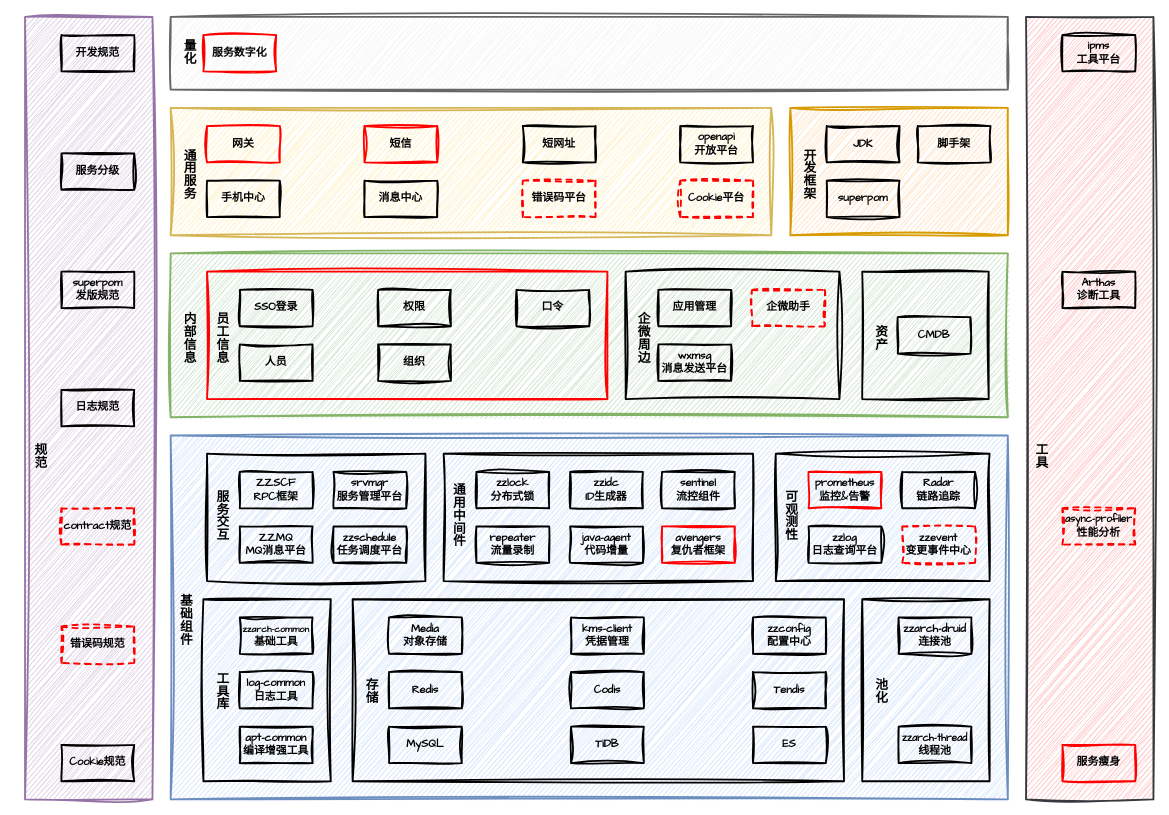
Earlier version of the draw.io diagram tech/arch/架构部技术体系.drawio (zhuanzhuan-tech/arch-draw-io). Source tidied: cells renumbered, new cells numbered last; positions are measured from the earlier drawing's top-left corner, leaving out a move shared by most shapes. Both pictures are drawn from the tidied source at 91%, with x=0, y=0 at pixel (15, 16).
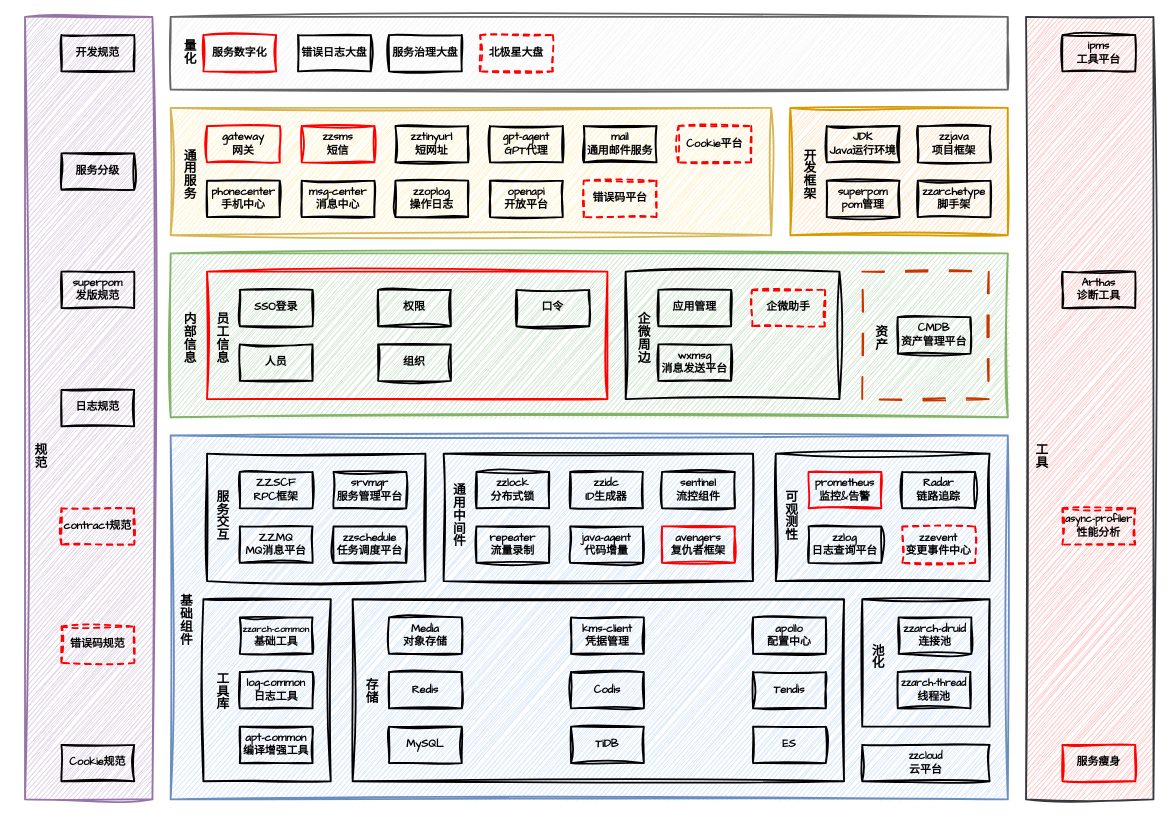
Above is the later version.

Commit message:
更新架构部技术体系.drawio

Diff of the diagram source:
```diff
@@
     <mxCell id="4" style="rounded=0;whiteSpace=wrap;html=1;hachureGap=4;fontFamily=Architects Daughter;fillColor=none;fontStyle=0;strokeWidth=2;sketch=1;curveFitting=1;jiggle=2;" parent="1" vertex="1">
-      <mxGeometry x="930" y="640" width="140" height="200" as="geometry" />
+      <mxGeometry x="930" y="640" width="140" height="140" as="geometry" />
     </mxCell>
@@
-    <mxCell id="20" value="&lt;b&gt;zzconfig&lt;/b&gt;&lt;div&gt;&lt;b&gt;配置中心&lt;/b&gt;&lt;/div&gt;" style="rounded=0;whiteSpace=wrap;html=1;hachureGap=4;fontFamily=Architects Daughter;fillColor=none;strokeWidth=2;sketch=1;curveFitting=1;jiggle=2;" parent="1" vertex="1">
+    <mxCell id="20" value="&lt;b&gt;apollo&lt;/b&gt;&lt;div&gt;&lt;b&gt;配置中心&lt;/b&gt;&lt;/div&gt;" style="rounded=0;whiteSpace=wrap;html=1;hachureGap=4;fontFamily=Architects Daughter;fillColor=none;strokeWidth=2;sketch=1;curveFitting=1;jiggle=2;" parent="1" vertex="1">
       <mxGeometry x="810" y="660" width="80" height="40" as="geometry" />
     </mxCell>
@@
     <mxCell id="23" value="&lt;font style=&quot;font-size: 11px;&quot;&gt;&lt;b&gt;zzarch-thread&lt;/b&gt;&lt;/font&gt;&lt;div&gt;&lt;b style=&quot;background-color: transparent; color: light-dark(rgb(0, 0, 0), rgb(255, 255, 255));&quot;&gt;线程池&lt;/b&gt;&lt;/div&gt;" style="rounded=0;whiteSpace=wrap;html=1;hachureGap=4;fontFamily=Architects Daughter;fillColor=none;strokeWidth=2;sketch=1;curveFitting=1;jiggle=2;" parent="1" vertex="1">
-      <mxGeometry x="970" y="780" width="80" height="40" as="geometry" />
+      <mxGeometry x="969" y="720" width="80" height="40" as="geometry" />
     </mxCell>
@@
     <mxCell id="25" value="&lt;font style=&quot;font-size: 14px;&quot;&gt;&lt;b&gt;池化&lt;/b&gt;&lt;/font&gt;" style="text;html=1;align=center;verticalAlign=middle;strokeColor=none;fillColor=none;fontFamily=Architects Daughter;horizontal=1;textDirection=vertical-lr;sketch=1;curveFitting=1;jiggle=2;" parent="1" vertex="1">
-      <mxGeometry x="924" y="738" width="50" height="30" as="geometry" />
+      <mxGeometry x="920" y="700" width="50" height="30" as="geometry" />
     </mxCell>
@@
-    <mxCell id="55" style="rounded=0;whiteSpace=wrap;html=1;hachureGap=4;fontFamily=Architects Daughter;fillColor=none;fontStyle=0;strokeWidth=2;sketch=1;curveFitting=1;jiggle=2;" parent="1" vertex="1">
+    <mxCell id="55" style="rounded=0;whiteSpace=wrap;html=1;hachureGap=4;fontFamily=Architects Daughter;fillColor=none;fontStyle=0;strokeWidth=2;sketch=1;curveFitting=1;jiggle=2;dashed=1;dashPattern=12 12;strokeColor=#C73500;fontColor=#000000;" parent="1" vertex="1">
       <mxGeometry x="930" y="280" width="139" height="140" as="geometry" />
     </mxCell>
@@
-    <mxCell id="57" value="&lt;b&gt;CMDB&lt;/b&gt;" style="rounded=0;whiteSpace=wrap;html=1;hachureGap=4;fontFamily=Architects Daughter;fillColor=none;strokeWidth=2;sketch=1;curveFitting=1;jiggle=2;" parent="1" vertex="1">
+    <mxCell id="57" value="&lt;b&gt;CMDB&lt;/b&gt;&lt;div&gt;&lt;b&gt;资产管理平台&lt;/b&gt;&lt;/div&gt;" style="rounded=0;whiteSpace=wrap;html=1;hachureGap=4;fontFamily=Architects Daughter;fillColor=none;strokeWidth=2;sketch=1;curveFitting=1;jiggle=2;" parent="1" vertex="1">
       <mxGeometry x="969" y="330" width="80" height="40" as="geometry" />
     </mxCell>
@@
-    <mxCell id="60" value="&lt;b&gt;短网址&lt;/b&gt;" style="rounded=0;whiteSpace=wrap;html=1;hachureGap=4;fontFamily=Architects Daughter;fillColor=none;strokeWidth=2;sketch=1;curveFitting=1;jiggle=2;" parent="1" vertex="1">
-      <mxGeometry x="557" y="120" width="80" height="40" as="geometry" />
+    <mxCell id="60" value="&lt;b&gt;zztinyurl&lt;/b&gt;&lt;div&gt;&lt;b&gt;短网址&lt;/b&gt;&lt;/div&gt;" style="rounded=0;whiteSpace=wrap;html=1;hachureGap=4;fontFamily=Architects Daughter;fillColor=none;strokeWidth=2;sketch=1;curveFitting=1;jiggle=2;" parent="1" vertex="1">
+      <mxGeometry x="417" y="120" width="80" height="40" as="geometry" />
     </mxCell>
-    <mxCell id="61" value="&lt;b&gt;手机中心&lt;/b&gt;" style="rounded=0;whiteSpace=wrap;html=1;hachureGap=4;fontFamily=Architects Daughter;fillColor=none;strokeWidth=2;sketch=1;curveFitting=1;jiggle=2;" parent="1" vertex="1">
+    <mxCell id="61" value="&lt;b&gt;phonecenter&lt;/b&gt;&lt;div&gt;&lt;b&gt;手机中心&lt;/b&gt;&lt;/div&gt;" style="rounded=0;whiteSpace=wrap;html=1;hachureGap=4;fontFamily=Architects Daughter;fillColor=none;strokeWidth=2;sketch=1;curveFitting=1;jiggle=2;" parent="1" vertex="1">
       <mxGeometry x="210" y="180" width="80" height="40" as="geometry" />
     </mxCell>
-    <mxCell id="62" value="&lt;b&gt;网关&lt;/b&gt;" style="rounded=0;whiteSpace=wrap;html=1;hachureGap=4;fontFamily=Architects Daughter;fillColor=none;strokeWidth=2;strokeColor=#FF0000;sketch=1;curveFitting=1;jiggle=2;" parent="1" vertex="1">
+    <mxCell id="62" value="&lt;b&gt;gateway&lt;/b&gt;&lt;div&gt;&lt;b&gt;网关&lt;/b&gt;&lt;/div&gt;" style="rounded=0;whiteSpace=wrap;html=1;hachureGap=4;fontFamily=Architects Daughter;fillColor=none;strokeWidth=2;strokeColor=#FF0000;sketch=1;curveFitting=1;jiggle=2;" parent="1" vertex="1">
       <mxGeometry x="210" y="120" width="80" height="40" as="geometry" />
     </mxCell>
-    <mxCell id="63" value="&lt;b&gt;短信&lt;/b&gt;" style="rounded=0;whiteSpace=wrap;html=1;hachureGap=4;fontFamily=Architects Daughter;fillColor=none;strokeWidth=2;strokeColor=#FF0000;sketch=1;curveFitting=1;jiggle=2;" parent="1" vertex="1">
-      <mxGeometry x="383" y="120" width="80" height="40" as="geometry" />
+    <mxCell id="63" value="&lt;b&gt;zzsms&lt;/b&gt;&lt;div&gt;&lt;b&gt;短信&lt;/b&gt;&lt;/div&gt;" style="rounded=0;whiteSpace=wrap;html=1;hachureGap=4;fontFamily=Architects Daughter;fillColor=none;strokeWidth=2;strokeColor=#FF0000;sketch=1;curveFitting=1;jiggle=2;" parent="1" vertex="1">
+      <mxGeometry x="314" y="120" width="80" height="40" as="geometry" />
     </mxCell>
-    <mxCell id="64" value="&lt;b&gt;消息中心&lt;/b&gt;" style="rounded=0;whiteSpace=wrap;html=1;hachureGap=4;fontFamily=Architects Daughter;fillColor=none;strokeWidth=2;sketch=1;curveFitting=1;jiggle=2;" parent="1" vertex="1">
-      <mxGeometry x="383" y="180" width="80" height="40" as="geometry" />
+    <mxCell id="64" value="&lt;b&gt;msg-center&lt;/b&gt;&lt;div&gt;&lt;b&gt;消息中心&lt;/b&gt;&lt;/div&gt;" style="rounded=0;whiteSpace=wrap;html=1;hachureGap=4;fontFamily=Architects Daughter;fillColor=none;strokeWidth=2;sketch=1;curveFitting=1;jiggle=2;" parent="1" vertex="1">
+      <mxGeometry x="314" y="180" width="80" height="40" as="geometry" />
     </mxCell>
@@
     <mxCell id="66" value="&lt;b&gt;错误码平台&lt;/b&gt;" style="rounded=0;whiteSpace=wrap;html=1;hachureGap=4;fontFamily=Architects Daughter;fillColor=none;strokeWidth=2;dashed=1;strokeColor=#FF0000;sketch=1;curveFitting=1;jiggle=2;" parent="1" vertex="1">
-      <mxGeometry x="557" y="180" width="80" height="40" as="geometry" />
+      <mxGeometry x="624" y="180" width="80" height="40" as="geometry" />
     </mxCell>
     <mxCell id="67" value="&lt;b&gt;Cookie平台&lt;/b&gt;" style="rounded=0;whiteSpace=wrap;html=1;hachureGap=4;fontFamily=Architects Daughter;fillColor=none;strokeWidth=2;dashed=1;strokeColor=#FF0000;sketch=1;curveFitting=1;jiggle=2;" parent="1" vertex="1">
-      <mxGeometry x="730" y="180" width="80" height="40" as="geometry" />
+      <mxGeometry x="728" y="120" width="80" height="40" as="geometry" />
     </mxCell>
@@
-    <mxCell id="69" value="&lt;b&gt;superpom&lt;/b&gt;" style="rounded=0;whiteSpace=wrap;html=1;hachureGap=4;fontFamily=Architects Daughter;fillColor=none;strokeWidth=2;sketch=1;curveFitting=1;jiggle=2;" parent="1" vertex="1">
+    <mxCell id="69" value="&lt;b&gt;superpom&lt;/b&gt;&lt;div&gt;&lt;b&gt;pom管理&lt;/b&gt;&lt;/div&gt;" style="rounded=0;whiteSpace=wrap;html=1;hachureGap=4;fontFamily=Architects Daughter;fillColor=none;strokeWidth=2;sketch=1;curveFitting=1;jiggle=2;" parent="1" vertex="1">
       <mxGeometry x="891" y="180" width="80" height="40" as="geometry" />
     </mxCell>
-    <mxCell id="70" value="&lt;b&gt;JDK&lt;/b&gt;" style="rounded=0;whiteSpace=wrap;html=1;hachureGap=4;fontFamily=Architects Daughter;fillColor=none;strokeWidth=2;sketch=1;curveFitting=1;jiggle=2;" parent="1" vertex="1">
+    <mxCell id="70" value="&lt;b&gt;JDK&lt;/b&gt;&lt;div&gt;&lt;b&gt;Java运行环境&lt;/b&gt;&lt;/div&gt;" style="rounded=0;whiteSpace=wrap;html=1;hachureGap=4;fontFamily=Architects Daughter;fillColor=none;strokeWidth=2;sketch=1;curveFitting=1;jiggle=2;" parent="1" vertex="1">
       <mxGeometry x="891" y="120" width="80" height="40" as="geometry" />
     </mxCell>
-    <mxCell id="71" value="&lt;b&gt;脚手架&lt;/b&gt;" style="rounded=0;whiteSpace=wrap;html=1;hachureGap=4;fontFamily=Architects Daughter;fillColor=none;strokeWidth=2;sketch=1;curveFitting=1;jiggle=2;" parent="1" vertex="1">
+    <mxCell id="71" value="&lt;b&gt;zzjava&lt;/b&gt;&lt;div&gt;&lt;b&gt;项目框架&lt;/b&gt;&lt;/div&gt;" style="rounded=0;whiteSpace=wrap;html=1;hachureGap=4;fontFamily=Architects Daughter;fillColor=none;strokeWidth=2;sketch=1;curveFitting=1;jiggle=2;" parent="1" vertex="1">
       <mxGeometry x="991" y="120" width="80" height="40" as="geometry" />
     </mxCell>
@@
     <mxCell id="93" value="&lt;b&gt;openapi&lt;/b&gt;&lt;div&gt;&lt;b&gt;开放平台&lt;/b&gt;&lt;/div&gt;" style="rounded=0;whiteSpace=wrap;html=1;hachureGap=4;fontFamily=Architects Daughter;fillColor=none;strokeWidth=2;sketch=1;curveFitting=1;jiggle=2;" parent="1" vertex="1">
-      <mxGeometry x="730" y="120" width="80" height="40" as="geometry" />
+      <mxGeometry x="521" y="180" width="80" height="40" as="geometry" />
     </mxCell>
+    <mxCell id="94" value="&lt;font style=&quot;font-size: 11px;&quot;&gt;&lt;b&gt;zzcloud&lt;/b&gt;&lt;/font&gt;&lt;div&gt;&lt;b style=&quot;background-color: transparent; color: light-dark(rgb(0, 0, 0), rgb(255, 255, 255));&quot;&gt;云平台&lt;/b&gt;&lt;/div&gt;" style="rounded=0;whiteSpace=wrap;html=1;hachureGap=4;fontFamily=Architects Daughter;fillColor=none;strokeWidth=2;sketch=1;curveFitting=1;jiggle=2;" parent="1" vertex="1">
+      <mxGeometry x="930" y="800" width="140" height="40" as="geometry" />
+    </mxCell>
+    <mxCell id="95" value="&lt;b&gt;错误日志大盘&lt;/b&gt;" style="rounded=0;whiteSpace=wrap;html=1;hachureGap=4;fontFamily=Architects Daughter;fillColor=none;strokeWidth=2;sketch=1;curveFitting=1;jiggle=2;" parent="1" vertex="1">
+      <mxGeometry x="310" y="20" width="80" height="40" as="geometry" />
+    </mxCell>
+    <mxCell id="96" value="&lt;b&gt;服务治理大盘&lt;/b&gt;" style="rounded=0;whiteSpace=wrap;html=1;hachureGap=4;fontFamily=Architects Daughter;fillColor=none;strokeWidth=2;sketch=1;curveFitting=1;jiggle=2;" parent="1" vertex="1">
+      <mxGeometry x="410" y="20" width="80" height="40" as="geometry" />
+    </mxCell>
+    <mxCell id="97" value="&lt;b&gt;北极星大盘&lt;/b&gt;" style="rounded=0;whiteSpace=wrap;html=1;hachureGap=4;fontFamily=Architects Daughter;fillColor=none;strokeWidth=2;sketch=1;curveFitting=1;jiggle=2;strokeColor=#FF0000;dashed=1;" parent="1" vertex="1">
+      <mxGeometry x="510" y="20" width="80" height="40" as="geometry" />
+    </mxCell>
+    <mxCell id="98" value="&lt;b&gt;zzarchetype&lt;/b&gt;&lt;div&gt;&lt;b&gt;脚手架&lt;/b&gt;&lt;/div&gt;" style="rounded=0;whiteSpace=wrap;html=1;hachureGap=4;fontFamily=Architects Daughter;fillColor=none;strokeWidth=2;sketch=1;curveFitting=1;jiggle=2;" parent="1" vertex="1">
+      <mxGeometry x="991" y="180" width="80" height="40" as="geometry" />
+    </mxCell>
+    <mxCell id="99" value="&lt;b&gt;zzoplog&lt;/b&gt;&lt;div&gt;&lt;b&gt;操作日志&lt;/b&gt;&lt;/div&gt;" style="rounded=0;whiteSpace=wrap;html=1;hachureGap=4;fontFamily=Architects Daughter;fillColor=none;strokeWidth=2;sketch=1;curveFitting=1;jiggle=2;" parent="1" vertex="1">
+      <mxGeometry x="417" y="180" width="80" height="40" as="geometry" />
+    </mxCell>
+    <mxCell id="100" value="&lt;b&gt;gpt-agent&lt;/b&gt;&lt;br&gt;&lt;div&gt;&lt;b&gt;GPT代理&lt;/b&gt;&lt;/div&gt;" style="rounded=0;whiteSpace=wrap;html=1;hachureGap=4;fontFamily=Architects Daughter;fillColor=none;strokeWidth=2;sketch=1;curveFitting=1;jiggle=2;" parent="1" vertex="1">
+      <mxGeometry x="521" y="120" width="80" height="40" as="geometry" />
+    </mxCell>
+    <mxCell id="101" value="&lt;b&gt;mail&lt;/b&gt;&lt;br&gt;&lt;div&gt;&lt;b&gt;通用邮件服务&lt;/b&gt;&lt;/div&gt;" style="rounded=0;whiteSpace=wrap;html=1;hachureGap=4;fontFamily=Architects Daughter;fillColor=none;strokeWidth=2;sketch=1;curveFitting=1;jiggle=2;" parent="1" vertex="1">
+      <mxGeometry x="624" y="120" width="80" height="40" as="geometry" />
+    </mxCell>
```
